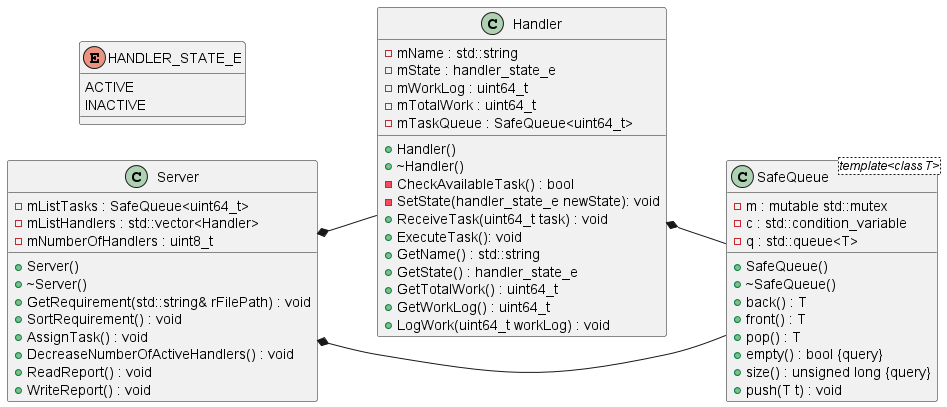
Before: design/out/classdiagram.png, a diagram exported from PlantUML (Bill66613/nevonex-hackthon).
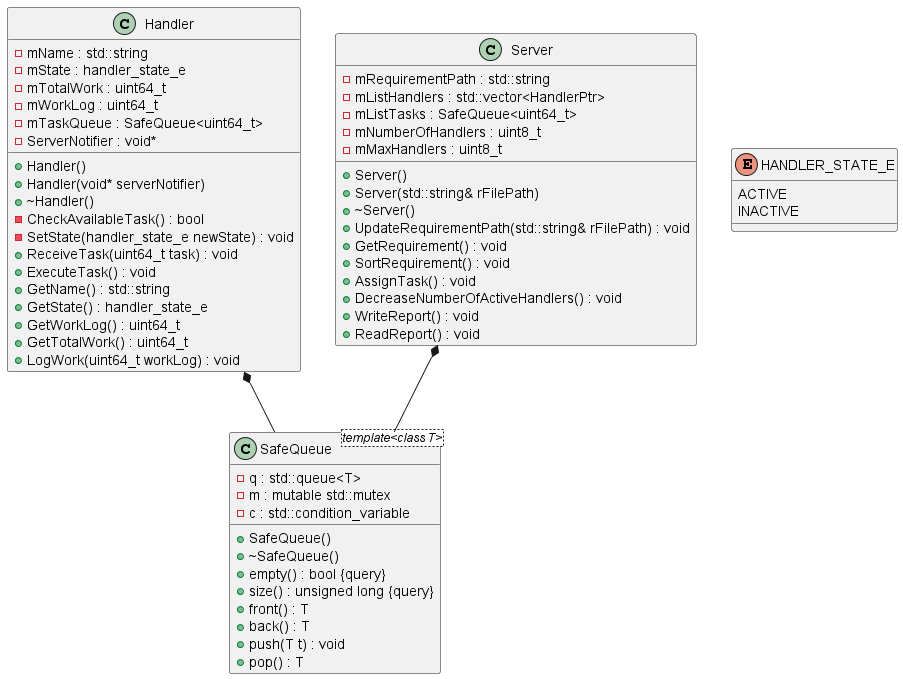
After the change.

Diff of the diagram source:
```diff
@@ -8,50 +8,56 @@
 class Handler {
 	-mName : std::string
 	-mState : handler_state_e
+	-mTotalWork : uint64_t
 	-mWorkLog : uint64_t
-	-mTotalWork : uint64_t
 	-mTaskQueue : SafeQueue<uint64_t>
+	-ServerNotifier : void*
 	+Handler()
+	+Handler(void* serverNotifier)
 	+~Handler()
 	-CheckAvailableTask() : bool
-	-SetState(handler_state_e newState): void
+	-SetState(handler_state_e newState) : void
 	+ReceiveTask(uint64_t task) : void
-	+ExecuteTask(): void
+	+ExecuteTask() : void
 	+GetName() : std::string
 	+GetState() : handler_state_e
+	+GetWorkLog() : uint64_t
 	+GetTotalWork() : uint64_t
-	+GetWorkLog() : uint64_t
 	+LogWork(uint64_t workLog) : void
 }
 
 
 class SafeQueue <template<class T>> {
+	-q : std::queue<T>
 	-m : mutable std::mutex
 	-c : std::condition_variable
-	-q : std::queue<T>
 	+SafeQueue()
 	+~SafeQueue()
-	+back() : T
-	+front() : T
-	+pop() : T
 	+empty() : bool {query}
 	+size() : unsigned long {query}
+	+front() : T
+	+back() : T
 	+push(T t) : void
+	+pop() : T
 }
 
 
 class Server {
+	-mRequirementPath : std::string
+	-mListHandlers : std::vector<HandlerPtr>
 	-mListTasks : SafeQueue<uint64_t>
-	-mListHandlers : std::vector<Handler>
 	-mNumberOfHandlers : uint8_t
+	-mMaxHandlers : uint8_t
 	+Server()
+	+Server(std::string& rFilePath)
 	+~Server()
-	+GetRequirement(std::string& rFilePath) : void
+	+UpdateRequirementPath(std::string& rFilePath) : void
+	+GetRequirement() : void
 	+SortRequirement() : void
 	+AssignTask() : void
 	+DecreaseNumberOfActiveHandlers() : void
+	+WriteReport() : void
 	+ReadReport() : void
-	+WriteReport() : void
 }
 
 
@@ -68,11 +74,8 @@
 
 
 
-left to right direction
+
 .Handler *-- .SafeQueue
-
-
-.Server *-- .Handler
 
 
 .Server *-- .SafeQueue
```
